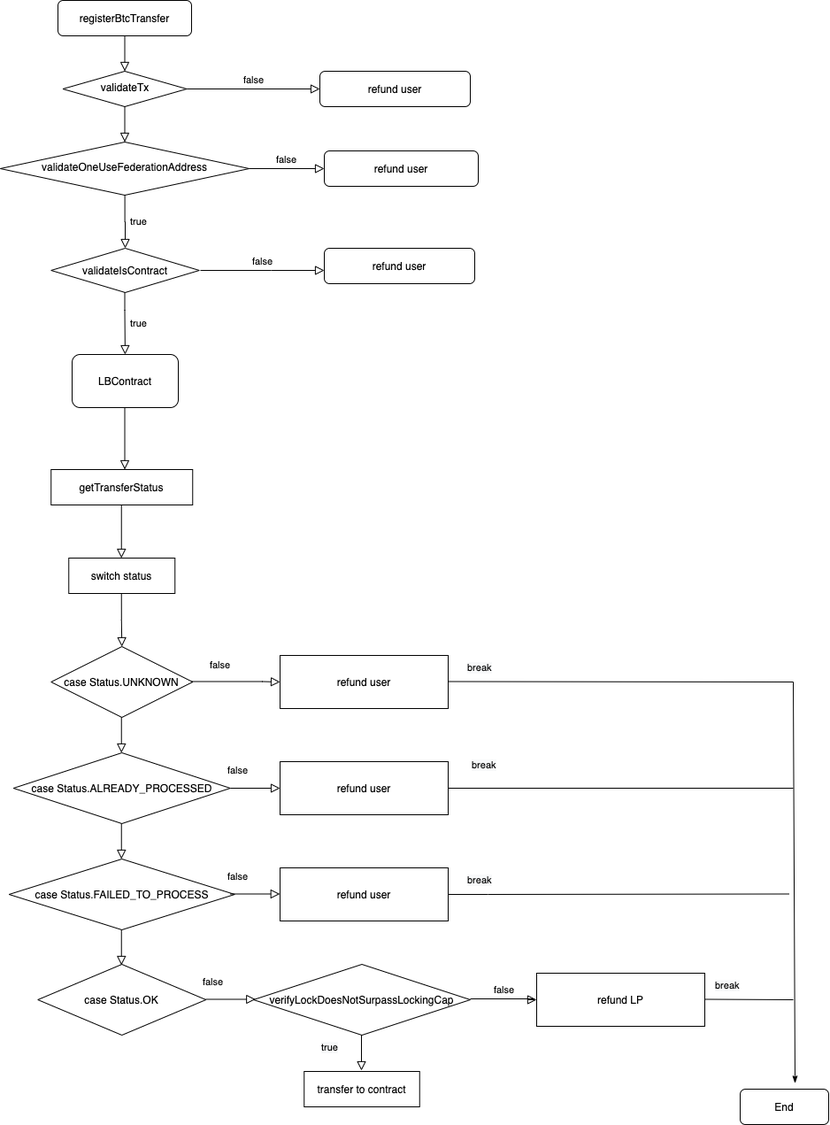
This is IPs/RSKIP175/flow-chart-for-rskip.png from rsksmart/RSKIPs, a draw.io export, as it was before one commit. Source tidied: cells renumbered, new cells last; positions are measured from the earlier drawing's top-left corner, leaving out a move shared by most shapes.
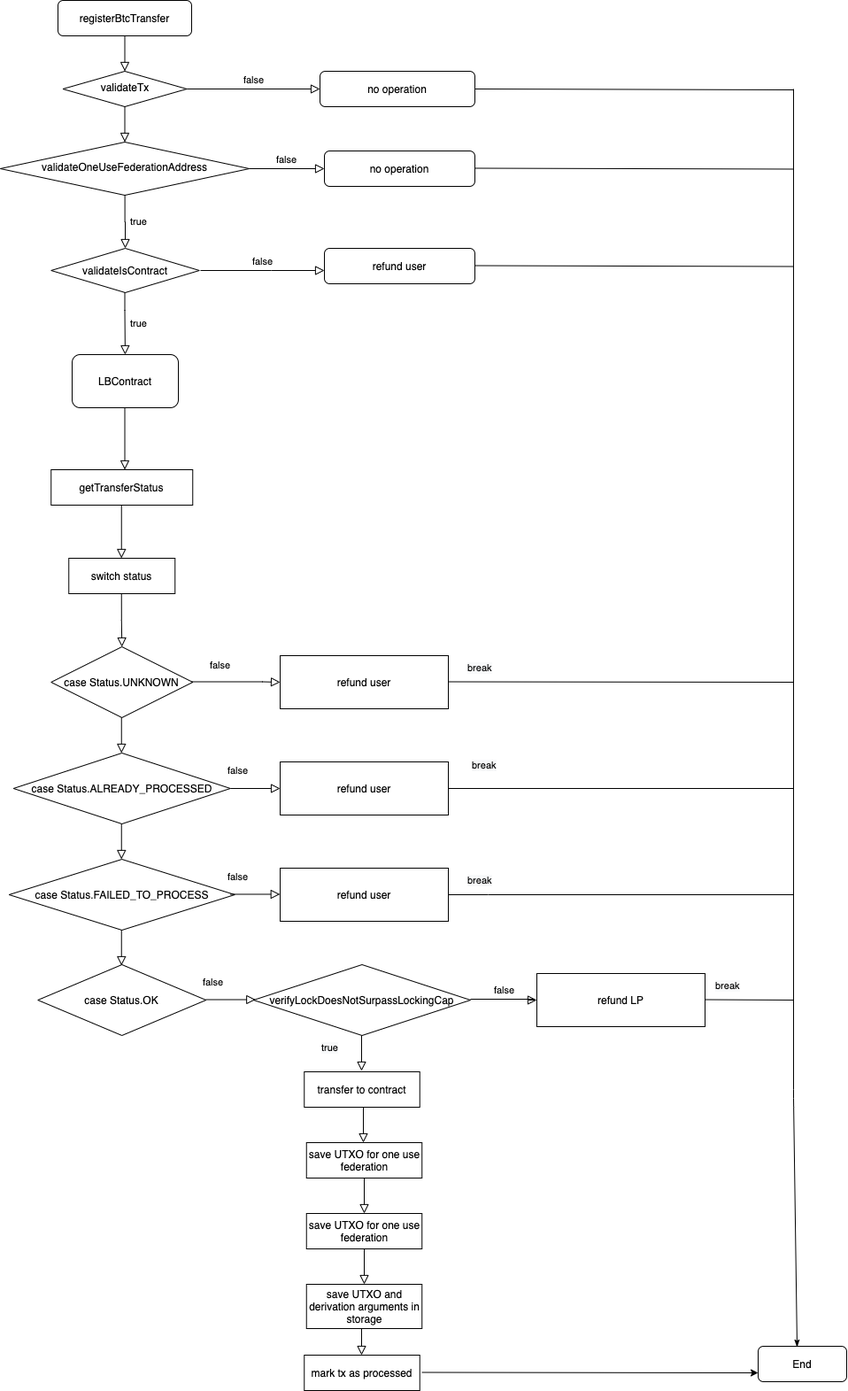
After the change.

Commit message:
Add missing information

What changed in the source:
```diff
@@ -19,8 +19,8 @@
     <mxCell id="5" value="validateTx" style="rhombus;html=1;shadow=0;fontFamily=Helvetica;fontSize=12;align=center;strokeWidth=1;spacing=6;spacingTop=-4;verticalAlign=middle;horizontal=1;whiteSpace=wrap;" parent="1" vertex="1">
       <mxGeometry x="70.5" y="80" width="140" height="40" as="geometry" />
     </mxCell>
-    <mxCell id="6" value="refund user" style="rounded=1;whiteSpace=wrap;html=1;fontSize=12;glass=0;strokeWidth=1;shadow=0;" parent="1" vertex="1">
-      <mxGeometry x="361" y="80" width="170" height="40" as="geometry" />
+    <mxCell id="6" value="no operation" style="rounded=1;whiteSpace=wrap;html=1;fontSize=12;glass=0;strokeWidth=1;shadow=0;" parent="1" vertex="1">
+      <mxGeometry x="361" y="80" width="175" height="40" as="geometry" />
     </mxCell>
     <mxCell id="7" value="false" style="edgeStyle=orthogonalEdgeStyle;rounded=0;html=1;jettySize=auto;fontSize=11;endArrow=block;endFill=0;endSize=8;strokeWidth=1;shadow=0;labelBackgroundColor=none;" parent="1" edge="1" source="8">
       <mxGeometry y="10" relative="1" as="geometry">
@@ -30,8 +30,8 @@
     <mxCell id="8" value="validateOneUseFederationAddress" style="rhombus;whiteSpace=wrap;html=1;shadow=0;fontFamily=Helvetica;fontSize=12;align=center;strokeWidth=1;spacing=6;spacingTop=-4;" parent="1" vertex="1">
       <mxGeometry x="-0.1" y="160" width="281.2" height="60" as="geometry" />
     </mxCell>
-    <mxCell id="9" value="refund user" style="rounded=1;whiteSpace=wrap;html=1;fontSize=12;glass=0;strokeWidth=1;shadow=0;" parent="1" vertex="1">
-      <mxGeometry x="366" y="170" width="174" height="40" as="geometry" />
+    <mxCell id="9" value="no operation" style="rounded=1;whiteSpace=wrap;html=1;fontSize=12;glass=0;strokeWidth=1;shadow=0;" parent="1" vertex="1">
+      <mxGeometry x="366" y="170" width="170" height="40" as="geometry" />
     </mxCell>
     <mxCell id="10" value="validateIsContract" style="rhombus;whiteSpace=wrap;html=1;" parent="1" vertex="1">
       <mxGeometry x="57.2" y="280" width="167.5" height="50" as="geometry" />
@@ -125,7 +125,7 @@
     <mxCell id="31" style="edgeStyle=orthogonalEdgeStyle;rounded=0;html=1;jettySize=auto;orthogonalLoop=1;fontSize=11;endArrow=none;endFill=0;endSize=8;strokeWidth=1;shadow=0;labelBackgroundColor=none;" parent="1" edge="1">
       <mxGeometry y="10" relative="1" as="geometry">
         <mxPoint x="506" y="1010" as="sourcePoint" />
-        <mxPoint x="891" y="1009.5" as="targetPoint" />
+        <mxPoint x="896" y="1010" as="targetPoint" />
         <Array as="points">
           <mxPoint x="551" y="1009.5" />
           <mxPoint x="551" y="1009.5" />
@@ -139,7 +139,7 @@
       <mxGeometry x="531" y="850" width="50" height="30" as="geometry" />
     </mxCell>
     <mxCell id="34" value="End" style="rounded=1;whiteSpace=wrap;html=1;" parent="1" vertex="1">
-      <mxGeometry x="836" y="1230" width="100" height="40" as="geometry" />
+      <mxGeometry x="856" y="1520" width="100" height="40" as="geometry" />
     </mxCell>
     <mxCell id="35" value="&lt;br&gt;" style="rounded=0;html=1;jettySize=auto;orthogonalLoop=1;fontSize=11;endArrow=block;endFill=0;endSize=8;strokeWidth=1;shadow=0;labelBackgroundColor=none;edgeStyle=orthogonalEdgeStyle;" parent="1" edge="1">
       <mxGeometry x="0.33" y="20" relative="1" as="geometry">
@@ -229,9 +229,12 @@
         <mxPoint x="896" y="770" as="targetPoint" />
       </mxGeometry>
     </mxCell>
-    <mxCell id="49" style="endArrow=none;html=1;strokeWidth=1;startArrow=classicThin;startFill=1;exitX=0.62;exitY=-0.167;exitDx=0;exitDy=0;exitPerimeter=0;" parent="1" edge="1" source="34">
+    <mxCell id="49" style="endArrow=none;html=1;strokeWidth=1;startArrow=classicThin;startFill=1;exitX=0.44;exitY=0.025;exitDx=0;exitDy=0;exitPerimeter=0;" parent="1" edge="1" source="34">
       <mxGeometry relative="1" as="geometry">
-        <mxPoint x="896" y="770" as="targetPoint" />
+        <mxPoint x="896" y="100" as="targetPoint" />
+        <Array as="points">
+          <mxPoint x="896" y="1240" />
+        </Array>
       </mxGeometry>
     </mxCell>
     <mxCell id="50" value="false" style="edgeStyle=orthogonalEdgeStyle;rounded=0;html=1;jettySize=auto;orthogonalLoop=1;fontSize=11;endArrow=block;endFill=0;endSize=8;strokeWidth=1;shadow=0;labelBackgroundColor=none;exitX=1;exitY=0.5;exitDx=0;exitDy=0;" parent="1" edge="1">
@@ -246,5 +249,64 @@
         <mxPoint x="288.2" y="1128.5" as="targetPoint" />
       </mxGeometry>
     </mxCell>
+    <mxCell id="52" value="&lt;br&gt;" style="rounded=0;html=1;jettySize=auto;orthogonalLoop=1;fontSize=11;endArrow=block;endFill=0;endSize=8;strokeWidth=1;shadow=0;labelBackgroundColor=none;edgeStyle=orthogonalEdgeStyle;" parent="1" edge="1">
+      <mxGeometry x="0.33" y="20" relative="1" as="geometry">
+        <mxPoint x="410" y="1250" as="sourcePoint" />
+        <mxPoint x="410" y="1290" as="targetPoint" />
+      </mxGeometry>
+    </mxCell>
+    <mxCell id="53" value="&lt;div&gt;&lt;span&gt;save UTXO for one use federation&lt;/span&gt;&lt;/div&gt;" style="rounded=0;whiteSpace=wrap;html=1;align=center;verticalAlign=middle;" parent="1" vertex="1">
+      <mxGeometry x="345.8" y="1290" width="130.5" height="40" as="geometry" />
+    </mxCell>
+    <mxCell id="54" value="&lt;div&gt;&lt;span&gt;save UTXO for one use federation&lt;/span&gt;&lt;/div&gt;" style="rounded=0;whiteSpace=wrap;html=1;align=center;verticalAlign=middle;" parent="1" vertex="1">
+      <mxGeometry x="345.8" y="1370" width="130.5" height="40" as="geometry" />
+    </mxCell>
+    <mxCell id="55" value="&lt;br&gt;" style="rounded=0;html=1;jettySize=auto;orthogonalLoop=1;fontSize=11;endArrow=block;endFill=0;endSize=8;strokeWidth=1;shadow=0;labelBackgroundColor=none;edgeStyle=orthogonalEdgeStyle;" parent="1" edge="1">
+      <mxGeometry x="0.33" y="20" relative="1" as="geometry">
+        <mxPoint x="411" y="1330" as="sourcePoint" />
+        <mxPoint x="411" y="1370" as="targetPoint" />
+      </mxGeometry>
+    </mxCell>
+    <mxCell id="56" value="&lt;br&gt;" style="rounded=0;html=1;jettySize=auto;orthogonalLoop=1;fontSize=11;endArrow=block;endFill=0;endSize=8;strokeWidth=1;shadow=0;labelBackgroundColor=none;edgeStyle=orthogonalEdgeStyle;" parent="1" edge="1">
+      <mxGeometry x="0.33" y="20" relative="1" as="geometry">
+        <mxPoint x="411" y="1410" as="sourcePoint" />
+        <mxPoint x="411" y="1450" as="targetPoint" />
+      </mxGeometry>
+    </mxCell>
+    <mxCell id="57" value="&lt;div&gt;&lt;span&gt;save UTXO and derivation arguments in storage&lt;/span&gt;&lt;/div&gt;" style="rounded=0;whiteSpace=wrap;html=1;align=center;verticalAlign=middle;" parent="1" vertex="1">
+      <mxGeometry x="345.8" y="1450" width="130.5" height="50" as="geometry" />
+    </mxCell>
+    <mxCell id="58" value="&lt;br&gt;" style="rounded=0;html=1;jettySize=auto;orthogonalLoop=1;fontSize=11;endArrow=block;endFill=0;endSize=8;strokeWidth=1;shadow=0;labelBackgroundColor=none;edgeStyle=orthogonalEdgeStyle;" parent="1" edge="1">
+      <mxGeometry x="0.33" y="20" relative="1" as="geometry">
+        <mxPoint x="408" y="1500" as="sourcePoint" />
+        <mxPoint x="408" y="1530" as="targetPoint" />
+      </mxGeometry>
+    </mxCell>
+    <mxCell id="59" value="mark tx as processed" style="rounded=0;whiteSpace=wrap;html=1;align=center;verticalAlign=middle;" parent="1" vertex="1">
+      <mxGeometry x="343.2" y="1530" width="130.5" height="40" as="geometry" />
+    </mxCell>
+    <mxCell id="60" style="endArrow=none;html=1;strokeWidth=1;" parent="1" edge="1">
+      <mxGeometry relative="1" as="geometry">
+        <mxPoint x="536" y="299.5" as="sourcePoint" />
+        <mxPoint x="896" y="300.5" as="targetPoint" />
+      </mxGeometry>
+    </mxCell>
+    <mxCell id="61" style="endArrow=none;html=1;strokeWidth=1;" parent="1" edge="1">
+      <mxGeometry relative="1" as="geometry">
+        <mxPoint x="536" y="189.5" as="sourcePoint" />
+        <mxPoint x="896" y="190.5" as="targetPoint" />
+      </mxGeometry>
+    </mxCell>
+    <mxCell id="62" style="endArrow=none;html=1;strokeWidth=1;" parent="1" edge="1">
+      <mxGeometry relative="1" as="geometry">
+        <mxPoint x="536" y="100" as="sourcePoint" />
+        <mxPoint x="896" y="101" as="targetPoint" />
+      </mxGeometry>
+    </mxCell>
+    <mxCell id="63" style="endArrow=classic;html=1;strokeWidth=1;entryX=0;entryY=0.75;entryDx=0;entryDy=0;" parent="1" edge="1" target="34">
+      <mxGeometry relative="1" as="geometry">
+        <mxPoint x="476.2" y="1549.5" as="sourcePoint" />
+      </mxGeometry>
+    </mxCell>
   </root>
 </mxGraphModel>
```
